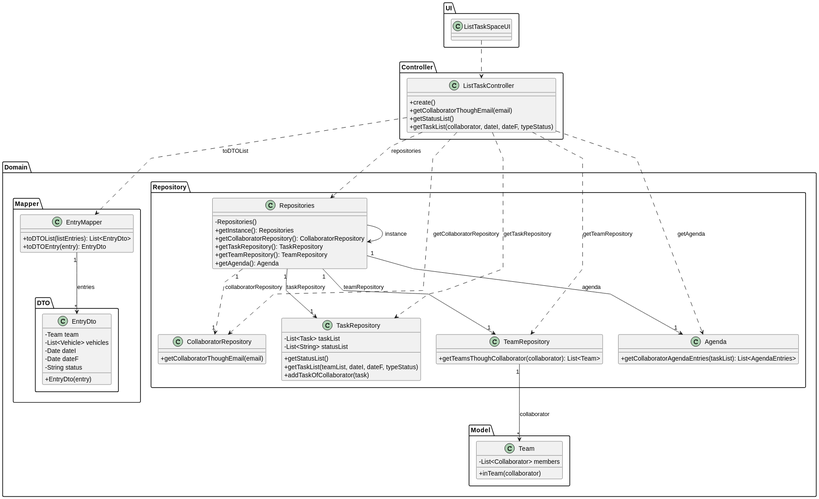
The PlantUML diagram docs/sprintC/us028/03.design/svg/us028-class-diagram.svg in diogoveirospro/lei-24-s2-1dg-g072, before a commit. The source it was exported from:
```plantuml
@startuml
skinparam packageStyle folder
skinparam shadowing false
skinparam linetype polyline
skinparam classAttributeIconSize 0

package UI {
class "ListTaskSpaceUI" as UserInterface
}

package Controller {
class "ListTaskController" as CTRL {
    + create()
    + getCollaboratorThoughEmail(email)
    + getStatusList()
    + getTaskList(collaborator, dateI, dateF, typeStatus)
}
}

package Domain {
package Model {
class Team {
    - List<Collaborator> members
    + inTeam(collaborator)
}
}
package Repository {

class "Repositories" as RepositorySingleton {
    - Repositories()
    + getInstance(): Repositories
    + getCollaboratorRepository(): CollaboratorRepository
    + getTaskRepository(): TaskRepository
    + getTeamRepository(): TeamRepository
    + getAgenda(): Agenda
}

class "CollaboratorRepository" as collaboratorRepository {
    + getCollaboratorThoughEmail(email)
}

class "TaskRepository" as taskRepository {
    - List<Task> taskList
    - List<String> statusList
    + getStatusList()
    + getTaskList(teamList, dateI, dateF, typeStatus)
    + addTaskOfCollaborator(task)
}

class "TeamRepository" as teamRepository {
    + getTeamsThoughCollaborator(collaborator): List<Team>
}

class "Agenda" as agenda {
    + getCollaboratorAgendaEntries(taskList): List<AgendaEntries>
}
}
package Mapper {
class "EntryMapper" as MapperDto {
    + toDTOList(listEntries): List<EntryDto>
    + toDTOEntry(entry): EntryDto
}
package DTO {
class "EntryDto" as DataTransferObject {
    - Team team
    - List<Vehicle> vehicles
    - Date dateI
    - Date dateF
    - String status
    + EntryDto(entry)
}
}
}
}

UserInterface ..> CTRL
CTRL ..> RepositorySingleton : repositories
RepositorySingleton --> RepositorySingleton : instance
CTRL ..> collaboratorRepository: getCollaboratorRepository
CTRL ..> taskRepository: getTaskRepository
CTRL ..> teamRepository: getTeamRepository
CTRL ..> agenda: getAgenda
CTRL ..> MapperDto: toDTOList
MapperDto "1" --> "*" DataTransferObject: entries
RepositorySingleton "1" ..> "1" collaboratorRepository: collaboratorRepository
RepositorySingleton "1" --> "1" taskRepository: taskRepository
RepositorySingleton "1" --> "1" teamRepository: teamRepository
RepositorySingleton "1" --> "1" agenda: agenda
teamRepository "1" --> "*" Team: collaborator
@enduml
```
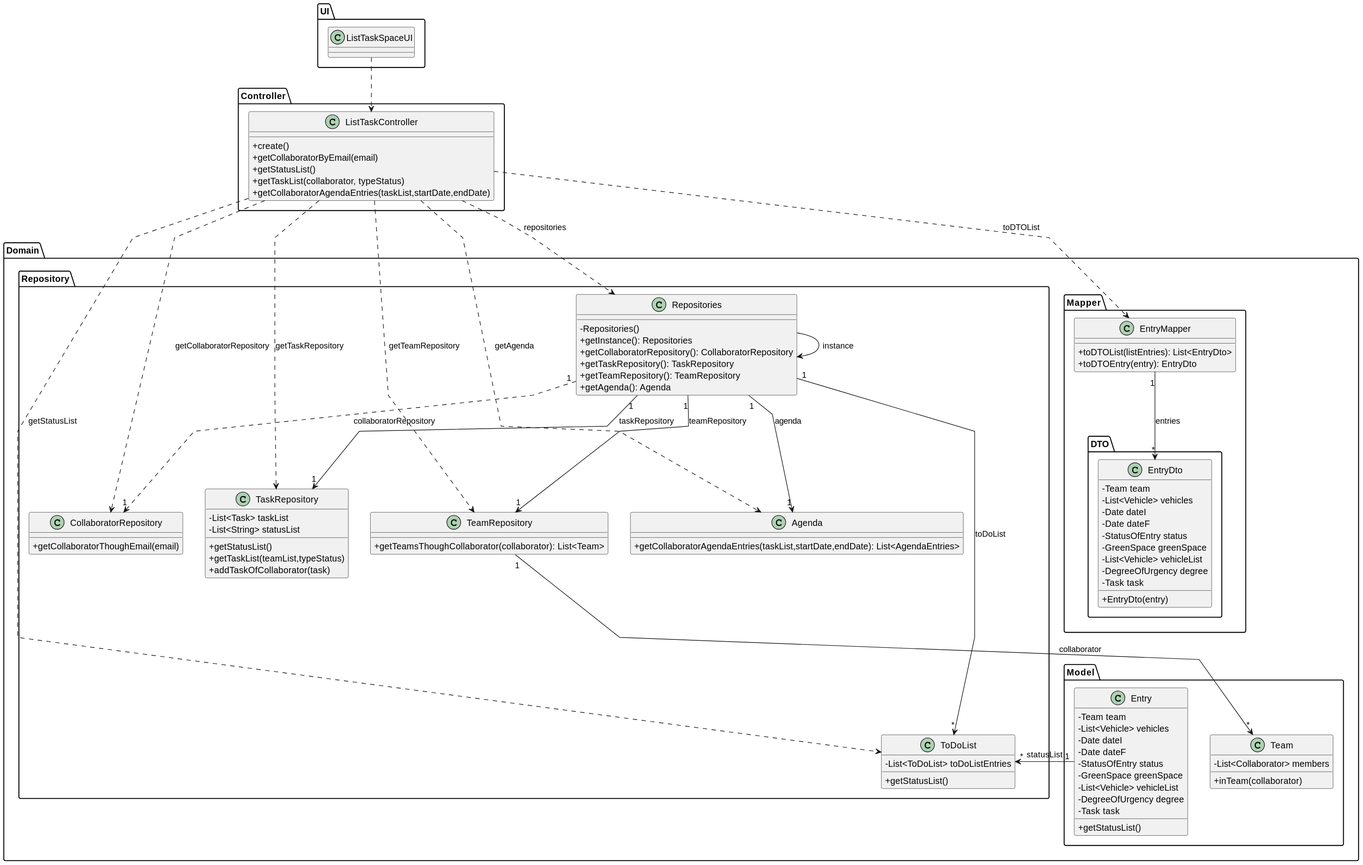
Later version of the same file.

Change to the diagram source:
```diff
@@ -11,9 +11,10 @@
 package Controller {
 class "ListTaskController" as CTRL {
     + create()
-    + getCollaboratorThoughEmail(email)
+    + getCollaboratorByEmail(email)
     + getStatusList()
-    + getTaskList(collaborator, dateI, dateF, typeStatus)
+    + getTaskList(collaborator, typeStatus)
+    + getCollaboratorAgendaEntries(taskList,startDate,endDate)
 }
 }
 
@@ -22,6 +23,18 @@
 class Team {
     - List<Collaborator> members
     + inTeam(collaborator)
+}
+class Entry{
+    - Team team
+    - List<Vehicle> vehicles
+    - Date dateI
+    - Date dateF
+    - StatusOfEntry status
+    - GreenSpace greenSpace
+    - List<Vehicle> vehicleList
+    - DegreeOfUrgency degree
+    - Task task
+    + getStatusList()
 }
 }
 package Repository {
@@ -34,6 +47,10 @@
     + getTeamRepository(): TeamRepository
     + getAgenda(): Agenda
 }
+class "ToDoList" as toDoList{
+    - List<ToDoList> toDoListEntries
+    + getStatusList()
+}
 
 class "CollaboratorRepository" as collaboratorRepository {
     + getCollaboratorThoughEmail(email)
@@ -43,7 +60,7 @@
     - List<Task> taskList
     - List<String> statusList
     + getStatusList()
-    + getTaskList(teamList, dateI, dateF, typeStatus)
+    + getTaskList(teamList,typeStatus)
     + addTaskOfCollaborator(task)
 }
 
@@ -52,7 +69,7 @@
 }
 
 class "Agenda" as agenda {
-    + getCollaboratorAgendaEntries(taskList): List<AgendaEntries>
+    + getCollaboratorAgendaEntries(taskList,startDate,endDate): List<AgendaEntries>
 }
 }
 package Mapper {
@@ -66,7 +83,11 @@
     - List<Vehicle> vehicles
     - Date dateI
     - Date dateF
-    - String status
+    - StatusOfEntry status
+    - GreenSpace greenSpace
+    - List<Vehicle> vehicleList
+    - DegreeOfUrgency degree
+    - Task task
     + EntryDto(entry)
 }
 }
@@ -87,4 +108,7 @@
 RepositorySingleton "1" --> "1" teamRepository: teamRepository
 RepositorySingleton "1" --> "1" agenda: agenda
 teamRepository "1" --> "*" Team: collaborator
+Entry "1" --> "*" toDoList: statusList
+RepositorySingleton "1" ---> "*" toDoList : toDoList
+CTRL ...> toDoList: getStatusList
 @enduml
```
